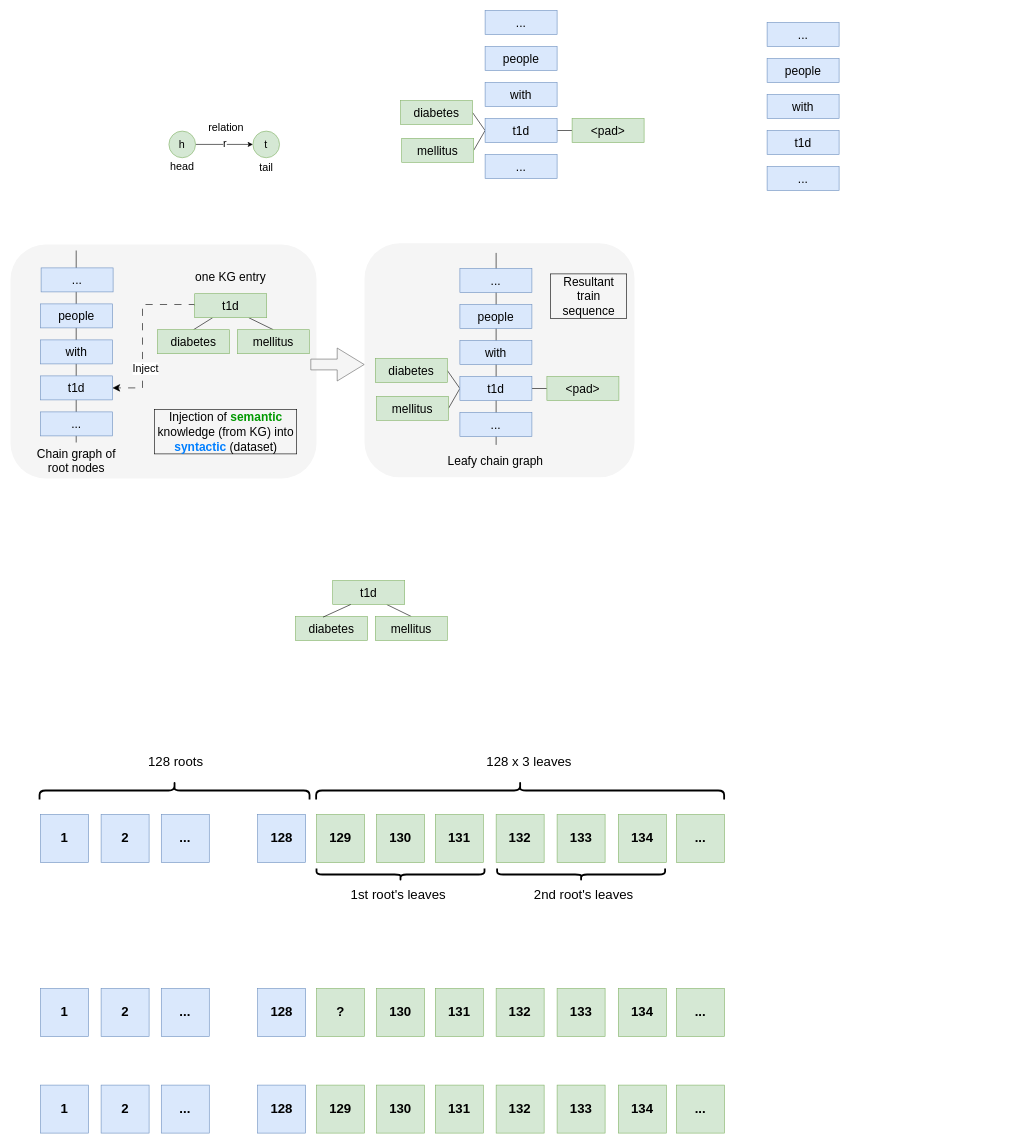
Before: page "Page-2" (2 of 2) of presentations/generals.drawio in across-stars/draw.io, a draw.io diagram. Source tidied: cells renumbered, new cells numbered last; positions are measured from the earlier drawing's top-left corner, leaving out a move shared by most shapes. Both pictures are drawn from the tidied source at 60%, with x=0, y=0 at pixel (10, 10).
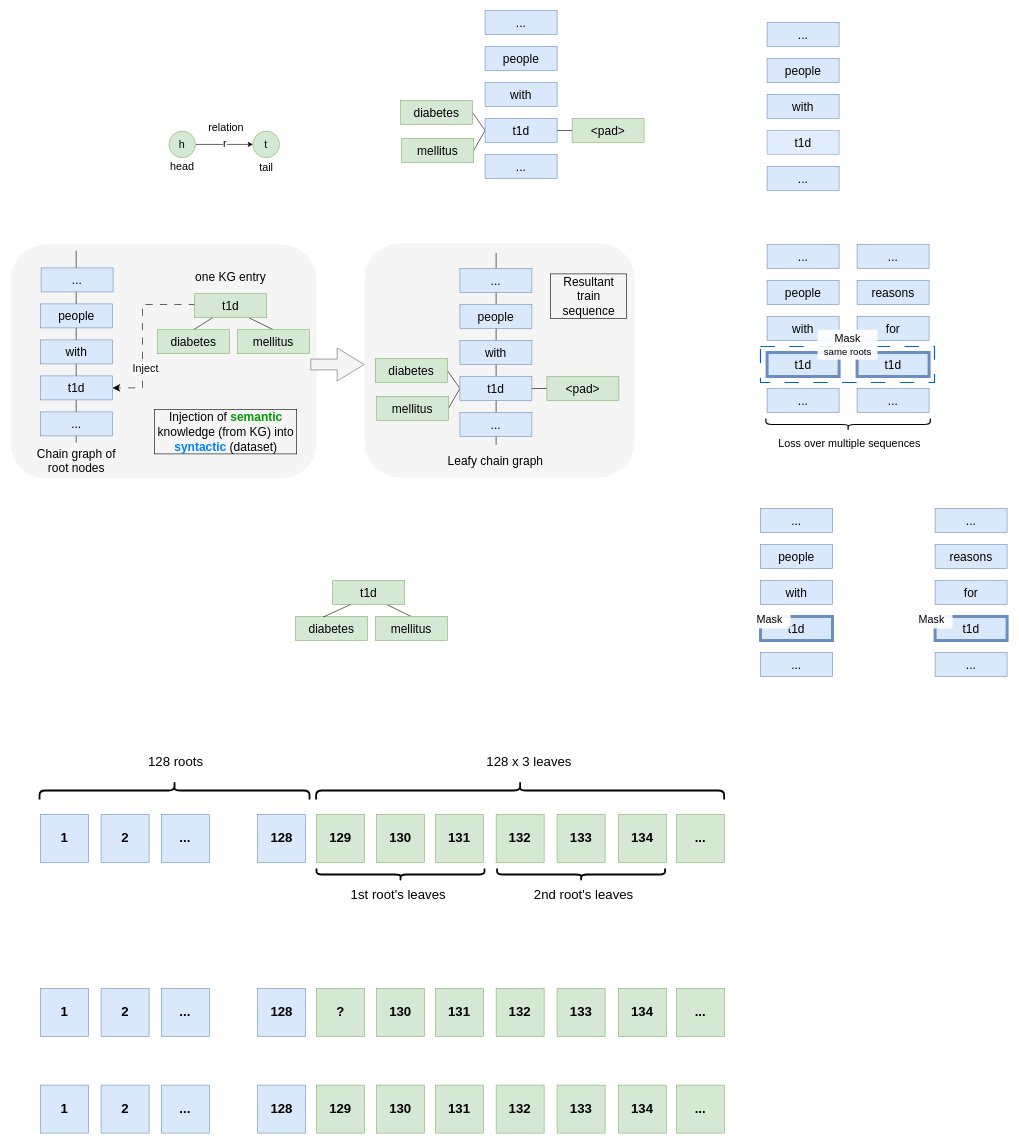
The same diagram, later.

What changed in the source:
```diff
@@
-    <mxCell id="72" style="rounded=0;jettySize=auto;html=1;exitX=0;exitY=0;exitDx=0;exitDy=0;entryX=1;entryY=0.5;entryDx=0;entryDy=0;strokeColor=none;align=center;verticalAlign=middle;fontFamily=Helvetica;fontSize=11;fontColor=default;labelBackgroundColor=default;endArrow=none;endFill=0;" parent="1" edge="1" source="73">
-      <mxGeometry relative="1" as="geometry">
-        <mxPoint x="1240" y="190" as="targetPoint" />
-      </mxGeometry>
-    </mxCell>
-    <mxCell id="73" value="&lt;font style=&quot;font-size: 20px;&quot;&gt;t1d&lt;/font&gt;" style="rounded=0;whiteSpace=wrap;html=1;fontFamily=Helvetica;fontSize=11;labelBackgroundColor=none;fillColor=#dae8fc;strokeColor=#6c8ebf;" parent="1" vertex="1">
+    <mxCell id="73" value="&lt;font style=&quot;font-size: 20px;&quot;&gt;t1d&lt;/font&gt;" style="rounded=0;whiteSpace=wrap;html=1;fontFamily=Helvetica;fontSize=11;labelBackgroundColor=none;fillColor=#dae8fc;strokeColor=#6c8ebf;opacity=80;" parent="1" vertex="1">
       <mxGeometry x="1261" y="200" width="120" height="40" as="geometry" />
     </mxCell>
@@
+    <mxCell id="109" value="&lt;font style=&quot;font-size: 20px;&quot;&gt;...&lt;/font&gt;" style="rounded=0;whiteSpace=wrap;html=1;fontFamily=Helvetica;fontSize=11;labelBackgroundColor=none;fillColor=#dae8fc;strokeColor=#6c8ebf;" parent="1" vertex="1">
+      <mxGeometry x="1261" y="630" width="120" height="40" as="geometry" />
+    </mxCell>
+    <mxCell id="110" value="&lt;font style=&quot;font-size: 20px;&quot;&gt;people&lt;/font&gt;" style="rounded=0;whiteSpace=wrap;html=1;fontFamily=Helvetica;fontSize=11;labelBackgroundColor=none;fillColor=#dae8fc;strokeColor=#6c8ebf;" parent="1" vertex="1">
+      <mxGeometry x="1261" y="450" width="120" height="40" as="geometry" />
+    </mxCell>
+    <mxCell id="111" value="&lt;font style=&quot;font-size: 20px;&quot;&gt;with&lt;/font&gt;" style="rounded=0;whiteSpace=wrap;html=1;fontFamily=Helvetica;fontSize=11;labelBackgroundColor=none;fillColor=#dae8fc;strokeColor=#6c8ebf;" parent="1" vertex="1">
+      <mxGeometry x="1261" y="510" width="120" height="40" as="geometry" />
+    </mxCell>
+    <mxCell id="112" value="&lt;font style=&quot;font-size: 20px;&quot;&gt;t1d&lt;/font&gt;" style="rounded=0;whiteSpace=wrap;html=1;fontFamily=Helvetica;fontSize=11;labelBackgroundColor=none;fillColor=#dae8fc;strokeColor=#6c8ebf;strokeWidth=5;" parent="1" vertex="1">
+      <mxGeometry x="1261" y="570" width="120" height="40" as="geometry" />
+    </mxCell>
+    <mxCell id="113" value="&lt;font style=&quot;font-size: 20px;&quot;&gt;...&lt;/font&gt;" style="rounded=0;whiteSpace=wrap;html=1;fontFamily=Helvetica;fontSize=11;labelBackgroundColor=none;fillColor=#dae8fc;strokeColor=#6c8ebf;" parent="1" vertex="1">
+      <mxGeometry x="1261" y="390" width="120" height="40" as="geometry" />
+    </mxCell>
+    <mxCell id="114" value="&lt;font style=&quot;font-size: 20px;&quot;&gt;...&lt;/font&gt;" style="rounded=0;whiteSpace=wrap;html=1;fontFamily=Helvetica;fontSize=11;labelBackgroundColor=none;fillColor=#dae8fc;strokeColor=#6c8ebf;" parent="1" vertex="1">
+      <mxGeometry x="1411" y="630" width="120" height="40" as="geometry" />
+    </mxCell>
+    <mxCell id="115" value="&lt;font style=&quot;font-size: 20px;&quot;&gt;reasons&lt;/font&gt;" style="rounded=0;whiteSpace=wrap;html=1;fontFamily=Helvetica;fontSize=11;labelBackgroundColor=none;fillColor=#dae8fc;strokeColor=#6c8ebf;" parent="1" vertex="1">
+      <mxGeometry x="1411" y="450" width="120" height="40" as="geometry" />
+    </mxCell>
+    <mxCell id="116" value="&lt;font style=&quot;font-size: 20px;&quot;&gt;for&lt;/font&gt;" style="rounded=0;whiteSpace=wrap;html=1;fontFamily=Helvetica;fontSize=11;labelBackgroundColor=none;fillColor=#dae8fc;strokeColor=#6c8ebf;" parent="1" vertex="1">
+      <mxGeometry x="1411" y="510" width="120" height="40" as="geometry" />
+    </mxCell>
+    <mxCell id="117" value="&lt;font style=&quot;font-size: 20px;&quot;&gt;t1d&lt;/font&gt;" style="rounded=0;whiteSpace=wrap;html=1;fontFamily=Helvetica;fontSize=11;labelBackgroundColor=none;fillColor=#dae8fc;strokeColor=#6c8ebf;strokeWidth=5;" parent="1" vertex="1">
+      <mxGeometry x="1411" y="570" width="120" height="40" as="geometry" />
+    </mxCell>
+    <mxCell id="118" value="&lt;font style=&quot;font-size: 20px;&quot;&gt;...&lt;/font&gt;" style="rounded=0;whiteSpace=wrap;html=1;fontFamily=Helvetica;fontSize=11;labelBackgroundColor=none;fillColor=#dae8fc;strokeColor=#6c8ebf;" parent="1" vertex="1">
+      <mxGeometry x="1411" y="390" width="120" height="40" as="geometry" />
+    </mxCell>
+    <mxCell id="119" style="rounded=0;whiteSpace=wrap;html=1;fillColor=none;strokeWidth=2;dashed=1;dashPattern=12 12;strokeColor=#0066CC;" parent="1" vertex="1">
+      <mxGeometry x="1250" y="560" width="290" height="60" as="geometry" />
+    </mxCell>
+    <mxCell id="120" style="shape=curlyBracket;whiteSpace=wrap;html=1;rounded=1;flipH=1;labelPosition=right;verticalLabelPosition=middle;align=left;verticalAlign=middle;rotation=90;strokeWidth=2;" parent="1" vertex="1">
+      <mxGeometry x="1386" y="553" width="20" height="274" as="geometry" />
+    </mxCell>
+    <mxCell id="121" value="&lt;font style=&quot;font-size: 18px;&quot;&gt;Loss over multiple sequences&lt;/font&gt;" style="text;html=1;align=center;verticalAlign=middle;strokeColor=none;fillColor=none;" parent="1" vertex="1">
+      <mxGeometry x="1268" y="707" width="260" height="30" as="geometry" />
+    </mxCell>
+    <mxCell id="122" value="&lt;font style=&quot;font-size: 18px;&quot;&gt;Mask&lt;/font&gt;&lt;div&gt;&lt;font size=&quot;3&quot;&gt;&lt;font&gt;same&amp;nbsp;&lt;/font&gt;roots&lt;/font&gt;&lt;/div&gt;" style="text;html=1;align=center;verticalAlign=middle;strokeColor=none;fillColor=default;opacity=90;" parent="1" vertex="1">
+      <mxGeometry x="1345" y="532" width="100" height="50" as="geometry" />
+    </mxCell>
+    <mxCell id="123" value="&lt;font style=&quot;font-size: 20px;&quot;&gt;...&lt;/font&gt;" style="rounded=0;whiteSpace=wrap;html=1;fontFamily=Helvetica;fontSize=11;labelBackgroundColor=none;fillColor=#dae8fc;strokeColor=#6c8ebf;" parent="1" vertex="1">
+      <mxGeometry x="1250" y="1070" width="120" height="40" as="geometry" />
+    </mxCell>
+    <mxCell id="124" value="&lt;font style=&quot;font-size: 20px;&quot;&gt;people&lt;/font&gt;" style="rounded=0;whiteSpace=wrap;html=1;fontFamily=Helvetica;fontSize=11;labelBackgroundColor=none;fillColor=#dae8fc;strokeColor=#6c8ebf;" parent="1" vertex="1">
+      <mxGeometry x="1250" y="890" width="120" height="40" as="geometry" />
+    </mxCell>
+    <mxCell id="125" value="&lt;font style=&quot;font-size: 20px;&quot;&gt;with&lt;/font&gt;" style="rounded=0;whiteSpace=wrap;html=1;fontFamily=Helvetica;fontSize=11;labelBackgroundColor=none;fillColor=#dae8fc;strokeColor=#6c8ebf;" parent="1" vertex="1">
+      <mxGeometry x="1250" y="950" width="120" height="40" as="geometry" />
+    </mxCell>
+    <mxCell id="126" value="&lt;font style=&quot;font-size: 20px;&quot;&gt;t1d&lt;/font&gt;" style="rounded=0;whiteSpace=wrap;html=1;fontFamily=Helvetica;fontSize=11;labelBackgroundColor=none;fillColor=#dae8fc;strokeColor=#6c8ebf;strokeWidth=5;" parent="1" vertex="1">
+      <mxGeometry x="1250" y="1010" width="120" height="40" as="geometry" />
+    </mxCell>
+    <mxCell id="127" value="&lt;font style=&quot;font-size: 20px;&quot;&gt;...&lt;/font&gt;" style="rounded=0;whiteSpace=wrap;html=1;fontFamily=Helvetica;fontSize=11;labelBackgroundColor=none;fillColor=#dae8fc;strokeColor=#6c8ebf;" parent="1" vertex="1">
+      <mxGeometry x="1250" y="830" width="120" height="40" as="geometry" />
+    </mxCell>
+    <mxCell id="128" value="&lt;font style=&quot;font-size: 18px;&quot;&gt;Mask&lt;/font&gt;" style="text;html=1;align=center;verticalAlign=middle;strokeColor=none;fillColor=default;opacity=90;" parent="1" vertex="1">
+      <mxGeometry x="1230" y="1000" width="70" height="30" as="geometry" />
+    </mxCell>
+    <mxCell id="129" value="&lt;font style=&quot;font-size: 20px;&quot;&gt;...&lt;/font&gt;" style="rounded=0;whiteSpace=wrap;html=1;fontFamily=Helvetica;fontSize=11;labelBackgroundColor=none;fillColor=#dae8fc;strokeColor=#6c8ebf;" parent="1" vertex="1">
+      <mxGeometry x="1541" y="1070" width="120" height="40" as="geometry" />
+    </mxCell>
+    <mxCell id="130" value="&lt;font style=&quot;font-size: 20px;&quot;&gt;reasons&lt;/font&gt;" style="rounded=0;whiteSpace=wrap;html=1;fontFamily=Helvetica;fontSize=11;labelBackgroundColor=none;fillColor=#dae8fc;strokeColor=#6c8ebf;" parent="1" vertex="1">
+      <mxGeometry x="1541" y="890" width="120" height="40" as="geometry" />
+    </mxCell>
+    <mxCell id="131" value="&lt;font style=&quot;font-size: 20px;&quot;&gt;for&lt;/font&gt;" style="rounded=0;whiteSpace=wrap;html=1;fontFamily=Helvetica;fontSize=11;labelBackgroundColor=none;fillColor=#dae8fc;strokeColor=#6c8ebf;" parent="1" vertex="1">
+      <mxGeometry x="1541" y="950" width="120" height="40" as="geometry" />
+    </mxCell>
+    <mxCell id="132" value="&lt;font style=&quot;font-size: 20px;&quot;&gt;t1d&lt;/font&gt;" style="rounded=0;whiteSpace=wrap;html=1;fontFamily=Helvetica;fontSize=11;labelBackgroundColor=none;fillColor=#dae8fc;strokeColor=#6c8ebf;strokeWidth=5;" parent="1" vertex="1">
+      <mxGeometry x="1541" y="1010" width="120" height="40" as="geometry" />
+    </mxCell>
+    <mxCell id="133" value="&lt;font style=&quot;font-size: 20px;&quot;&gt;...&lt;/font&gt;" style="rounded=0;whiteSpace=wrap;html=1;fontFamily=Helvetica;fontSize=11;labelBackgroundColor=none;fillColor=#dae8fc;strokeColor=#6c8ebf;" parent="1" vertex="1">
+      <mxGeometry x="1541" y="830" width="120" height="40" as="geometry" />
+    </mxCell>
+    <mxCell id="134" value="&lt;font style=&quot;font-size: 18px;&quot;&gt;Mask&lt;/font&gt;" style="text;html=1;align=center;verticalAlign=middle;strokeColor=none;fillColor=default;opacity=90;" parent="1" vertex="1">
+      <mxGeometry x="1500" y="1000" width="70" height="30" as="geometry" />
+    </mxCell>
```
